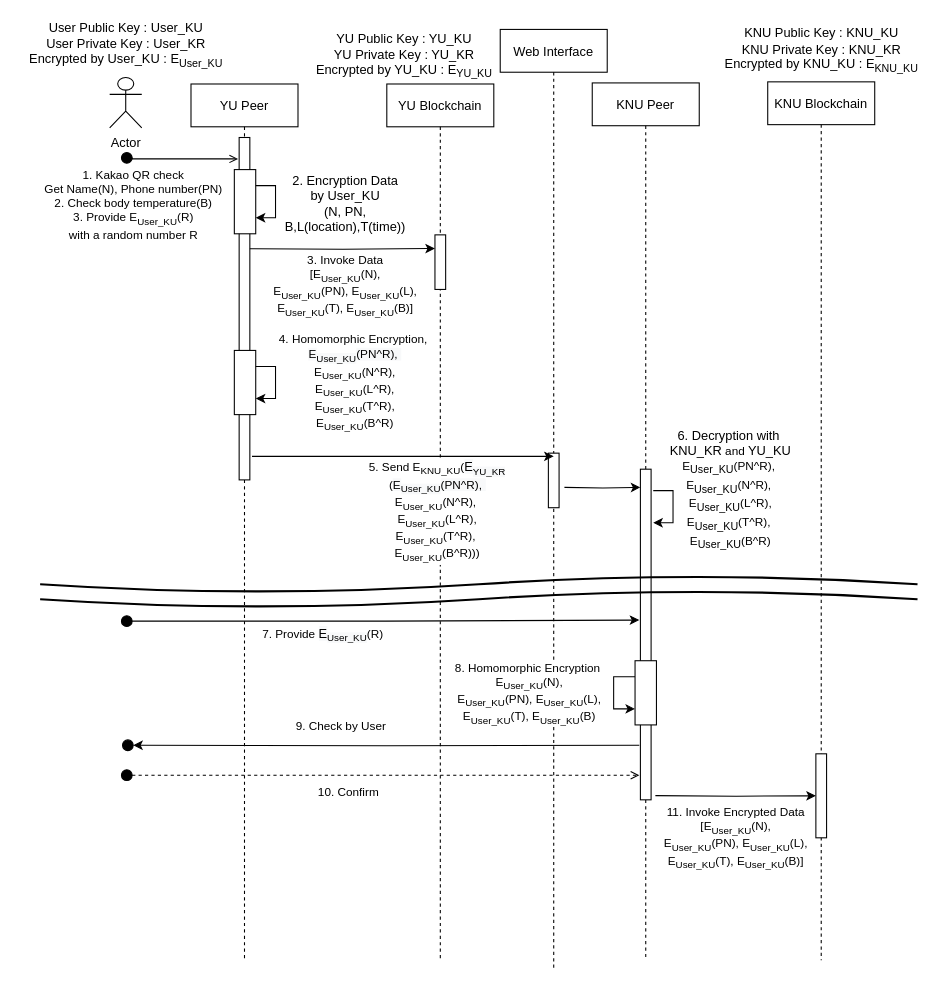
Above: page "check by other org" (1 of 4) of SequenceDiagram.drawio in GunhyungKim/TrackingSystem (draw.io), before the change. Source tidied: cells renumbered, new cells numbered last; positions are measured from the earlier drawing's top-left corner, leaving out a move shared by most shapes. Both pictures are drawn from the tidied source at 107%, with x=0, y=0 at pixel (18, 18).
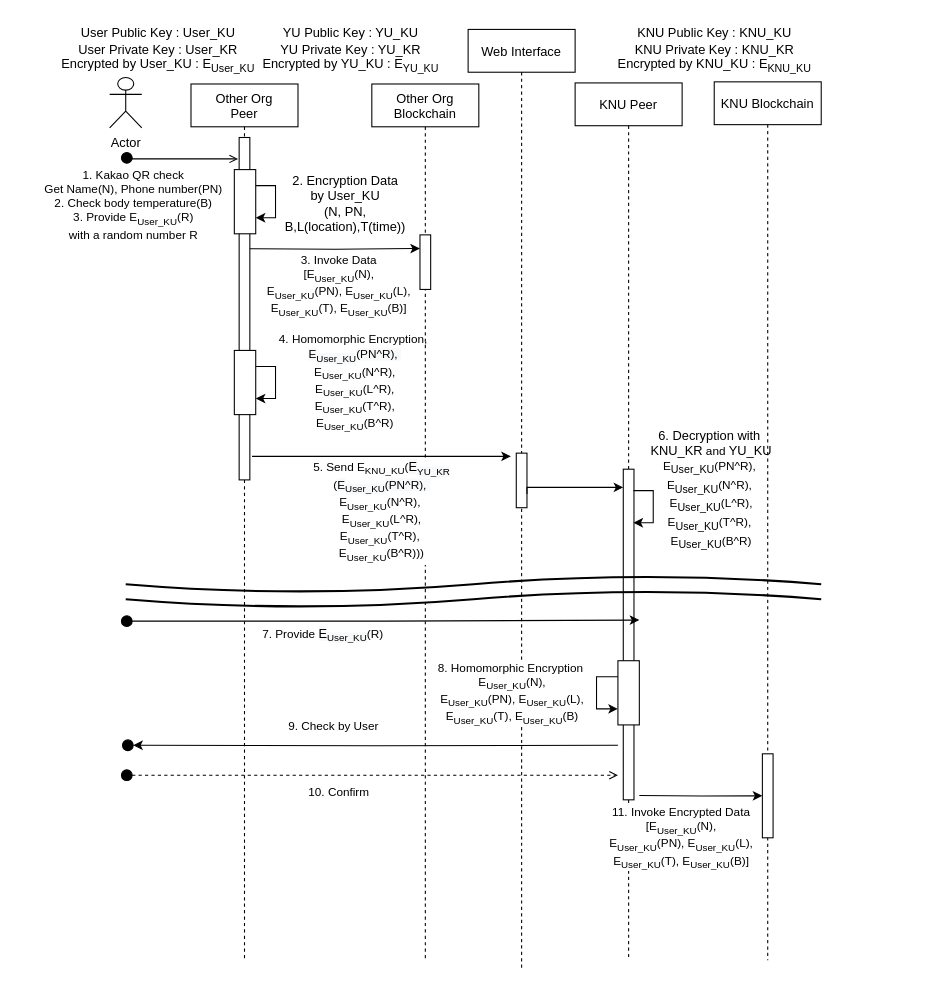
The same page after the edit.

Unchanged cells that the change refers to:
```xml
<mxCell id="4" style="rounded=0;whiteSpace=wrap;html=1;" parent="3" vertex="1">
  <mxGeometry x="45" y="396" width="10" height="51" as="geometry" />
</mxCell>
<mxCell id="6" style="rounded=0;whiteSpace=wrap;html=1;" parent="5" vertex="1">
  <mxGeometry x="45" y="361" width="10" height="309" as="geometry" />
</mxCell>
<mxCell id="11" style="rounded=0;whiteSpace=wrap;html=1;" parent="10" vertex="1">
  <mxGeometry x="45" y="628" width="10" height="78.5" as="geometry" />
</mxCell>
<mxCell id="41" style="ellipse;whiteSpace=wrap;html=1;fillColor=#000000;" parent="1" vertex="1">
  <mxGeometry x="97" y="674" width="10" height="10" as="geometry" />
</mxCell>
<mxCell id="44" style="ellipse;whiteSpace=wrap;html=1;fillColor=#000000;" parent="1" vertex="1">
  <mxGeometry x="96" y="702" width="10" height="10" as="geometry" />
</mxCell>
```

The edit, as a diff of the source:
```diff
@@
     <mxCell id="2" value="6. Decryption with&amp;nbsp;&lt;br&gt;KNU_KR&lt;span style=&quot;font-size: 11px ; background-color: rgb(255 , 255 , 255)&quot;&gt;&amp;nbsp;and&amp;nbsp;&lt;/span&gt;YU_KU&lt;br&gt;&lt;span style=&quot;font-size: 11px&quot;&gt;E&lt;/span&gt;&lt;sub&gt;User_KU&lt;/sub&gt;&lt;span style=&quot;font-size: 11px&quot;&gt;(PN^R),&amp;nbsp;&lt;br&gt;&lt;/span&gt;&lt;span style=&quot;font-size: 11px ; background-color: rgb(255 , 255 , 255)&quot;&gt;E&lt;/span&gt;&lt;sub&gt;User_KU&lt;/sub&gt;&lt;span style=&quot;font-size: 11px ; background-color: rgb(255 , 255 , 255)&quot;&gt;(N^R),&amp;nbsp;&lt;/span&gt;&lt;br style=&quot;font-size: 11px&quot;&gt;&lt;span style=&quot;font-size: 11px ; background-color: rgb(255 , 255 , 255)&quot;&gt;E&lt;/span&gt;&lt;sub&gt;User_KU&lt;/sub&gt;&lt;span style=&quot;font-size: 11px ; background-color: rgb(255 , 255 , 255)&quot;&gt;(L^R),&lt;/span&gt;&lt;br style=&quot;font-size: 11px&quot;&gt;&lt;span style=&quot;font-size: 11px ; background-color: rgb(255 , 255 , 255)&quot;&gt;E&lt;/span&gt;&lt;sub&gt;User_KU&lt;/sub&gt;&lt;span style=&quot;font-size: 11px ; background-color: rgb(255 , 255 , 255)&quot;&gt;(T^R),&amp;nbsp;&lt;/span&gt;&lt;br style=&quot;font-size: 11px&quot;&gt;&lt;span style=&quot;font-size: 11px ; background-color: rgb(255 , 255 , 255)&quot;&gt;E&lt;/span&gt;&lt;sub&gt;User_KU&lt;/sub&gt;&lt;span style=&quot;font-size: 11px ; background-color: rgb(255 , 255 , 255)&quot;&gt;(B^R)&lt;/span&gt;" style="text;html=1;align=center;verticalAlign=middle;fillColor=#ffffff;" parent="1" vertex="1">
-      <mxGeometry x="600" y="380" width="130" height="120" as="geometry" />
+      <mxGeometry x="581.5" y="380" width="130" height="120" as="geometry" />
     </mxCell>
     <mxCell id="3" value="Web Interface" style="shape=umlLifeline;perimeter=lifelinePerimeter;rounded=0;shadow=0;strokeWidth=1;" parent="1" vertex="1">
-      <mxGeometry x="450" y="10" width="100" height="880" as="geometry" />
+      <mxGeometry x="420" y="10" width="100" height="880" as="geometry" />
     </mxCell>
@@
     <mxCell id="5" value="KNU Peer" style="shape=umlLifeline;perimeter=lifelinePerimeter;rounded=0;shadow=0;strokeWidth=1;" parent="1" vertex="1">
-      <mxGeometry x="536" y="60" width="100" height="820" as="geometry" />
+      <mxGeometry x="520" y="60" width="100" height="820" as="geometry" />
     </mxCell>
@@
     <mxCell id="10" value="KNU Blockchain" style="shape=umlLifeline;perimeter=lifelinePerimeter;rounded=0;shadow=0;strokeWidth=1;" parent="1" vertex="1">
-      <mxGeometry x="700" y="59" width="100" height="821" as="geometry" />
+      <mxGeometry x="650" y="59" width="100" height="821" as="geometry" />
     </mxCell>
@@
-    <mxCell id="12" value="YU Peer" style="shape=umlLifeline;perimeter=lifelinePerimeter;rounded=0;shadow=0;strokeWidth=1;" parent="1" vertex="1">
+    <mxCell id="12" value="Other Org&#10;Peer" style="shape=umlLifeline;perimeter=lifelinePerimeter;rounded=0;shadow=0;strokeWidth=1;" parent="1" vertex="1">
       <mxGeometry x="161" y="61" width="100" height="819" as="geometry" />
     </mxCell>
@@
-    <mxCell id="23" value="YU Blockchain" style="shape=umlLifeline;perimeter=lifelinePerimeter;rounded=0;shadow=0;strokeWidth=1;" parent="1" vertex="1">
-      <mxGeometry x="344" y="61" width="100" height="819" as="geometry" />
+    <mxCell id="23" value="Other Org&#10;Blockchain" style="shape=umlLifeline;perimeter=lifelinePerimeter;rounded=0;shadow=0;strokeWidth=1;" parent="1" vertex="1">
+      <mxGeometry x="330" y="61" width="100" height="819" as="geometry" />
     </mxCell>
@@
     <mxCell id="27" style="edgeStyle=orthogonalEdgeStyle;rounded=0;orthogonalLoop=1;jettySize=auto;html=1;exitX=1.2;exitY=0.958;exitDx=0;exitDy=0;exitPerimeter=0;" parent="1" edge="1">
       <mxGeometry relative="1" as="geometry">
         <mxPoint x="218" y="409" as="sourcePoint" />
-        <mxPoint x="500" y="409" as="targetPoint" />
+        <mxPoint x="460" y="409" as="targetPoint" />
       </mxGeometry>
     </mxCell>
     <mxCell id="28" value="5. Send E&lt;sub&gt;KNU_KU&lt;/sub&gt;(&lt;span style=&quot;font-size: 12px ; background-color: rgb(248 , 249 , 250)&quot;&gt;E&lt;/span&gt;&lt;sub style=&quot;background-color: rgb(248 , 249 , 250)&quot;&gt;YU_KR&lt;/sub&gt;&lt;sub&gt;&lt;br&gt;&lt;/sub&gt;(&lt;span style=&quot;background-color: rgb(248 , 249 , 250)&quot;&gt;E&lt;/span&gt;&lt;sub style=&quot;background-color: rgb(248 , 249 , 250)&quot;&gt;User_KU&lt;/sub&gt;&lt;span style=&quot;background-color: rgb(248 , 249 , 250)&quot;&gt;(PN^R),&amp;nbsp;&lt;br&gt;&lt;/span&gt;E&lt;sub&gt;User_KU&lt;/sub&gt;(N^R),&amp;nbsp;&lt;br&gt;E&lt;sub&gt;User_KU&lt;/sub&gt;(L^R),&lt;br&gt;E&lt;sub&gt;User_KU&lt;/sub&gt;(T^R),&amp;nbsp;&lt;br&gt;E&lt;sub&gt;User_KU&lt;/sub&gt;(B^R)))" style="edgeLabel;html=1;align=center;verticalAlign=middle;" parent="27" vertex="1">
       <mxGeometry x="-0.62" y="-2" relative="1" as="geometry">
-        <mxPoint x="118" y="49" as="offset" />
+        <mxPoint x="74" y="49" as="offset" />
       </mxGeometry>
     </mxCell>
-    <mxCell id="29" style="edgeStyle=orthogonalEdgeStyle;rounded=0;jettySize=auto;html=1;entryX=0;entryY=0.055;entryDx=0;entryDy=0;entryPerimeter=0;" parent="1" edge="1" target="6">
+    <mxCell id="29" style="edgeStyle=orthogonalEdgeStyle;rounded=0;jettySize=auto;html=1;entryX=0;entryY=0.055;entryDx=0;entryDy=0;entryPerimeter=0;exitX=1;exitY=0.75;exitDx=0;exitDy=0;" parent="1" edge="1" source="4" target="6">
       <mxGeometry relative="1" as="geometry">
-        <mxPoint x="510" y="438" as="sourcePoint" />
+        <Array as="points">
+          <mxPoint x="475" y="438" />
+        </Array>
       </mxGeometry>
     </mxCell>
     <mxCell id="30" value="User Public Key : User_KU&lt;br&gt;User Private Key : User_KR&lt;br&gt;Encrypted by User_KU : E&lt;sub&gt;User_KU&lt;/sub&gt;" style="text;html=1;align=center;verticalAlign=middle;" parent="1" vertex="1">
-      <mxGeometry width="200" height="50" as="geometry" />
+      <mxGeometry x="30" y="5" width="200" height="50" as="geometry" />
     </mxCell>
     <mxCell id="31" value="YU Public Key : YU_KU&lt;br&gt;YU Private Key : YU_KR&lt;br&gt;Encrypted by YU_KU : E&lt;sub&gt;YU_KU&lt;/sub&gt;" style="text;html=1;align=center;verticalAlign=middle;" parent="1" vertex="1">
-      <mxGeometry x="270" y="10" width="180" height="50" as="geometry" />
+      <mxGeometry x="220" y="5" width="180" height="50" as="geometry" />
     </mxCell>
     <mxCell id="32" value="KNU Public Key : KNU_KU&lt;br&gt;KNU Private Key : KNU_KR&lt;br&gt;Encrypted by KNU_KU : E&lt;sub&gt;KNU_KU&lt;/sub&gt;" style="text;html=1;align=center;verticalAlign=middle;" parent="1" vertex="1">
-      <mxGeometry x="650" y="5" width="200" height="50" as="geometry" />
+      <mxGeometry x="550" y="5" width="200" height="50" as="geometry" />
     </mxCell>
     <mxCell id="33" style="edgeStyle=orthogonalEdgeStyle;rounded=0;orthogonalLoop=1;jettySize=auto;html=1;exitX=1;exitY=0.25;exitDx=0;exitDy=0;entryX=1;entryY=0.75;entryDx=0;entryDy=0;" parent="1" edge="1">
       <mxGeometry relative="1" as="geometry">
-        <mxPoint x="593" y="441" as="sourcePoint" />
-        <mxPoint x="593" y="471" as="targetPoint" />
+        <mxPoint x="574.5" y="441" as="sourcePoint" />
+        <mxPoint x="574.5" y="471" as="targetPoint" />
         <Array as="points">
-          <mxPoint x="611.5" y="441" />
-          <mxPoint x="611.5" y="471" />
+          <mxPoint x="593" y="441" />
+          <mxPoint x="593" y="471" />
         </Array>
       </mxGeometry>
     </mxCell>
@@
-    <mxCell id="37" style="edgeStyle=orthogonalEdgeStyle;rounded=0;jettySize=auto;html=1;exitX=1;exitY=0.958;exitDx=0;exitDy=0;entryX=0;entryY=0.5;entryDx=0;entryDy=0;exitPerimeter=0;" parent="1" edge="1" target="11">
+    <mxCell id="37" style="edgeStyle=orthogonalEdgeStyle;rounded=0;jettySize=auto;html=1;entryX=0;entryY=0.5;entryDx=0;entryDy=0;" parent="1" edge="1" target="11">
       <mxGeometry relative="1" as="geometry">
-        <mxPoint x="595" y="726.1" as="sourcePoint" />
+        <mxPoint x="580" y="726" as="sourcePoint" />
       </mxGeometry>
     </mxCell>
     <mxCell id="38" value="11. Invoke Encrypted Data&lt;br&gt;[E&lt;sub&gt;User_KU&lt;/sub&gt;(N),&lt;br&gt;E&lt;sub&gt;User_KU&lt;/sub&gt;(PN), E&lt;sub&gt;User_KU&lt;/sub&gt;(L),&lt;br&gt;E&lt;sub&gt;User_KU&lt;/sub&gt;(T), E&lt;sub&gt;User_KU&lt;/sub&gt;(B)]" style="edgeLabel;html=1;align=center;verticalAlign=middle;" parent="37" vertex="1">
       <mxGeometry x="-0.35" relative="1" as="geometry">
-        <mxPoint x="26" y="39.4" as="offset" />
+        <mxPoint x="2" y="39.5" as="offset" />
       </mxGeometry>
     </mxCell>
     <mxCell id="39" style="edgeStyle=orthogonalEdgeStyle;rounded=0;jettySize=auto;html=1;entryX=1;entryY=0.5;entryDx=0;entryDy=0;endArrow=classic;endFill=1;" parent="1" edge="1" target="41">
       <mxGeometry relative="1" as="geometry">
-        <mxPoint x="580" y="679" as="sourcePoint" />
+        <mxPoint x="560" y="679" as="sourcePoint" />
       </mxGeometry>
     </mxCell>
@@
     <mxCell id="42" style="edgeStyle=orthogonalEdgeStyle;rounded=0;jettySize=auto;html=1;exitX=1;exitY=0.5;exitDx=0;exitDy=0;dashed=1;endArrow=open;endFill=0;" parent="1" edge="1" source="44">
       <mxGeometry relative="1" as="geometry">
-        <mxPoint x="580" y="707" as="targetPoint" />
+        <mxPoint x="560" y="707" as="targetPoint" />
       </mxGeometry>
     </mxCell>
@@
     <mxCell id="45" style="shape=tape;whiteSpace=wrap;html=1;strokeWidth=2;size=1;" parent="1" vertex="1">
-      <mxGeometry x="20" y="521" width="820" height="15" as="geometry" />
+      <mxGeometry x="100" y="521" width="650" height="15" as="geometry" />
     </mxCell>
     <mxCell id="46" style="shape=tape;whiteSpace=wrap;html=1;strokeWidth=2;size=1;" parent="1" vertex="1">
-      <mxGeometry x="20" y="535" width="820" height="15" as="geometry" />
+      <mxGeometry x="100" y="535" width="650" height="15" as="geometry" />
     </mxCell>
```
